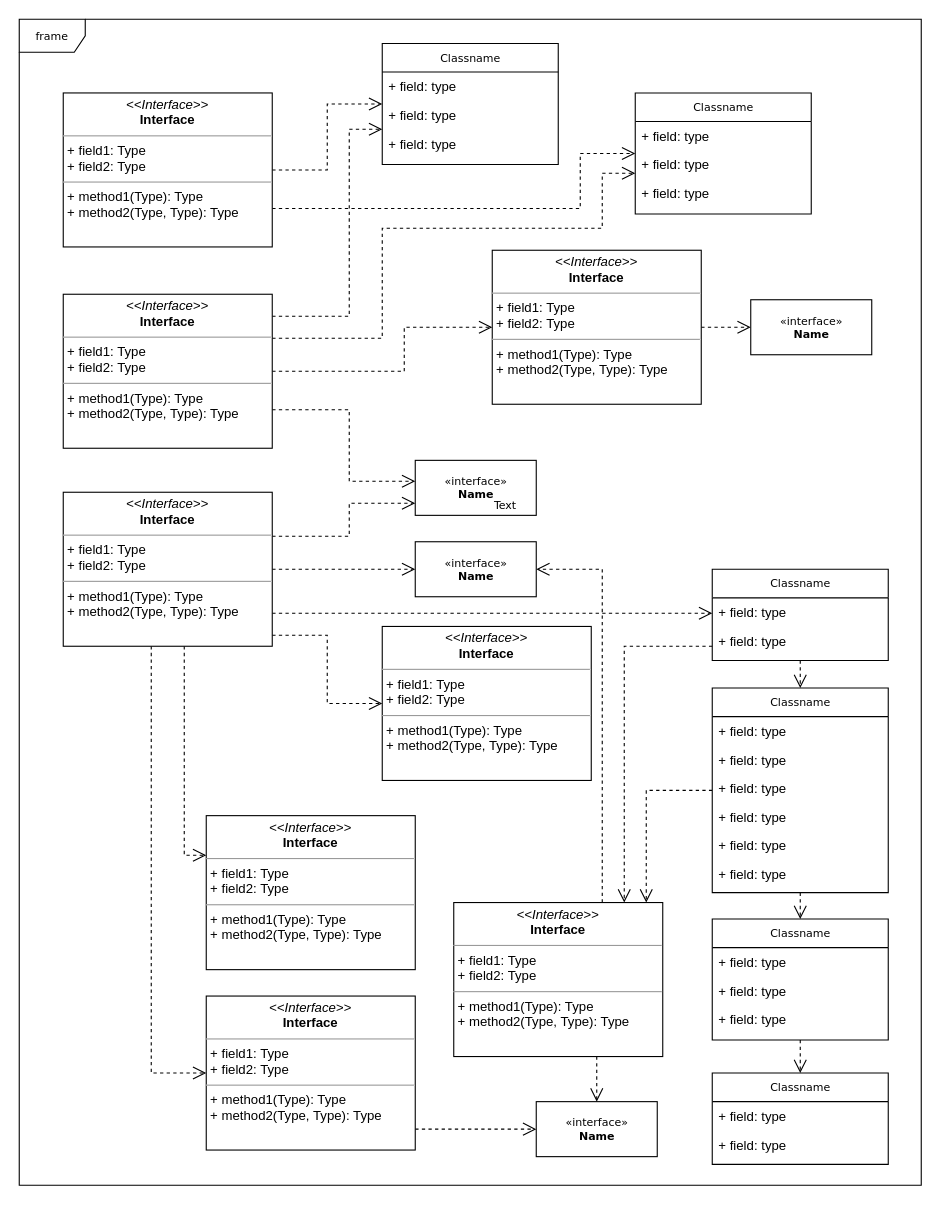
Above: page "Page-1" (1 of 2) of Diagrama sin título.drawio in FabiolaJS7/diagrams (draw.io), before the change. Source tidied: cells renumbered, new cells numbered last; positions are measured from the earlier drawing's top-left corner, leaving out a move shared by most shapes. Both pictures are drawn from the tidied source at 110%, with x=0, y=0 at pixel (19, 19).
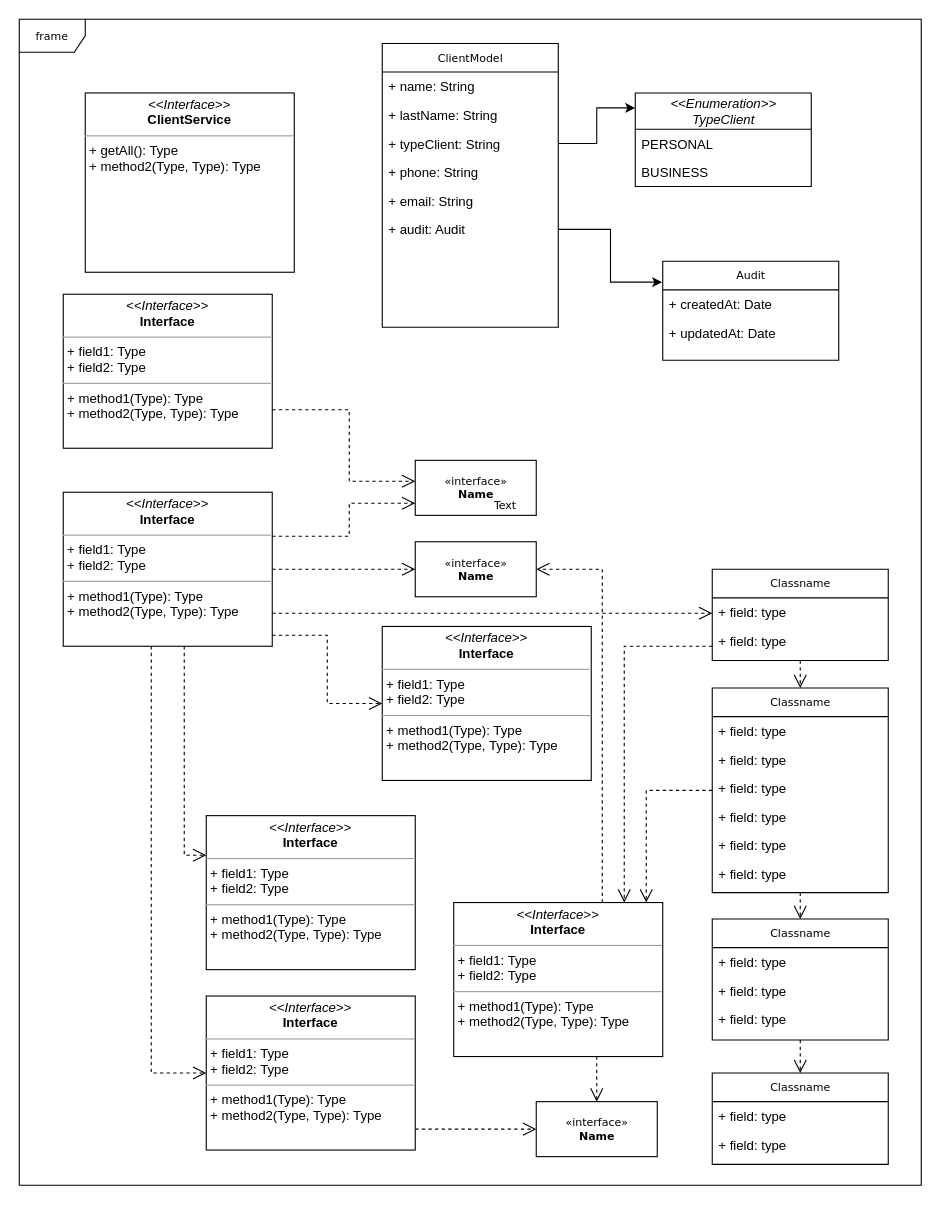
The same page after the edit.

The change refers to these unchanged cells:
```xml
<mxCell id="53" value="&lt;p style=&quot;margin:0px;margin-top:4px;text-align:center;&quot;&gt;&lt;i&gt;&amp;lt;&amp;lt;Interface&amp;gt;&amp;gt;&lt;/i&gt;&lt;br/&gt;&lt;b&gt;Interface&lt;/b&gt;&lt;/p&gt;&lt;hr size=&quot;1&quot;/&gt;&lt;p style=&quot;margin:0px;margin-left:4px;&quot;&gt;+ field1: Type&lt;br/&gt;+ field2: Type&lt;/p&gt;&lt;hr size=&quot;1&quot;/&gt;&lt;p style=&quot;margin:0px;margin-left:4px;&quot;&gt;+ method1(Type): Type&lt;br/&gt;+ method2(Type, Type): Type&lt;/p&gt;" style="verticalAlign=top;align=left;overflow=fill;fontSize=12;fontFamily=Helvetica;html=1;rounded=0;shadow=0;comic=0;labelBackgroundColor=none;strokeWidth=1;" parent="1" vertex="1">
  <mxGeometry x="40" y="250" width="190" height="140" as="geometry" />
</mxCell>
```

What changed in the source:
```diff
@@
-    <mxCell id="12" value="Classname" style="swimlane;html=1;fontStyle=0;horizontal=1;startSize=26;fillColor=none;swimlaneFillColor=#ffffff;rounded=0;shadow=0;comic=0;labelBackgroundColor=none;strokeWidth=1;fontFamily=Verdana;fontSize=10;align=center;" parent="1" vertex="1">
-      <mxGeometry x="330" y="22" width="160" height="110" as="geometry" />
+    <mxCell id="12" value="ClientModel" style="swimlane;html=1;fontStyle=0;horizontal=1;startSize=26;fillColor=none;swimlaneFillColor=#ffffff;rounded=0;shadow=0;comic=0;labelBackgroundColor=none;strokeWidth=1;fontFamily=Verdana;fontSize=10;align=center;" parent="1" vertex="1">
+      <mxGeometry x="330" y="22" width="160" height="258" as="geometry" />
     </mxCell>
-    <mxCell id="13" value="+ field: type" style="text;html=1;strokeColor=none;fillColor=none;align=left;verticalAlign=top;spacingLeft=4;spacingRight=4;whiteSpace=wrap;overflow=hidden;" parent="12" vertex="1">
+    <mxCell id="13" value="+ name: String" style="text;html=1;strokeColor=none;fillColor=none;align=left;verticalAlign=top;spacingLeft=4;spacingRight=4;whiteSpace=wrap;overflow=hidden;" parent="12" vertex="1">
       <mxGeometry y="26" width="160" height="26" as="geometry" />
     </mxCell>
-    <mxCell id="14" value="+ field: type" style="text;html=1;strokeColor=none;fillColor=none;align=left;verticalAlign=top;spacingLeft=4;spacingRight=4;whiteSpace=wrap;overflow=hidden;" parent="12" vertex="1">
+    <mxCell id="14" value="+ lastName: String" style="text;html=1;strokeColor=none;fillColor=none;align=left;verticalAlign=top;spacingLeft=4;spacingRight=4;whiteSpace=wrap;overflow=hidden;" parent="12" vertex="1">
       <mxGeometry y="52" width="160" height="26" as="geometry" />
     </mxCell>
-    <mxCell id="15" value="+ field: type" style="text;html=1;strokeColor=none;fillColor=none;align=left;verticalAlign=top;spacingLeft=4;spacingRight=4;whiteSpace=wrap;overflow=hidden;points=[[0,0.5],[1,0.5]];portConstraint=eastwest;" parent="12" vertex="1">
+    <mxCell id="15" value="+ typeClient: String" style="text;html=1;strokeColor=none;fillColor=none;align=left;verticalAlign=top;spacingLeft=4;spacingRight=4;whiteSpace=wrap;overflow=hidden;points=[[0,0.5],[1,0.5]];portConstraint=eastwest;" parent="12" vertex="1">
       <mxGeometry y="78" width="160" height="26" as="geometry" />
     </mxCell>
+    <mxCell id="62" value="+ phone: String" style="text;html=1;strokeColor=none;fillColor=none;align=left;verticalAlign=top;spacingLeft=4;spacingRight=4;whiteSpace=wrap;overflow=hidden;" parent="12" vertex="1">
+      <mxGeometry y="104" width="160" height="26" as="geometry" />
+    </mxCell>
+    <mxCell id="63" value="+ email: String" style="text;html=1;strokeColor=none;fillColor=none;align=left;verticalAlign=top;spacingLeft=4;spacingRight=4;whiteSpace=wrap;overflow=hidden;points=[[0,0.5],[1,0.5]];portConstraint=eastwest;" parent="12" vertex="1">
+      <mxGeometry y="130" width="160" height="26" as="geometry" />
+    </mxCell>
+    <mxCell id="64" value="+ audit: Audit" style="text;html=1;strokeColor=none;fillColor=none;align=left;verticalAlign=top;spacingLeft=4;spacingRight=4;whiteSpace=wrap;overflow=hidden;points=[[0,0.5],[1,0.5]];portConstraint=eastwest;" parent="12" vertex="1">
+      <mxGeometry y="156" width="160" height="26" as="geometry" />
+    </mxCell>
+    <mxCell id="65" style="edgeStyle=orthogonalEdgeStyle;rounded=0;orthogonalLoop=1;jettySize=auto;html=1;exitX=1;exitY=0.5;exitDx=0;exitDy=0;" parent="12" edge="1" source="63" target="63">
+      <mxGeometry relative="1" as="geometry" />
+    </mxCell>
-    <mxCell id="16" value="Classname" style="swimlane;html=1;fontStyle=0;horizontal=1;startSize=26;fillColor=none;swimlaneFillColor=#ffffff;rounded=0;shadow=0;comic=0;labelBackgroundColor=none;strokeWidth=1;fontFamily=Verdana;fontSize=10;align=center;" parent="1" vertex="1">
-      <mxGeometry x="560" y="67" width="160" height="110" as="geometry" />
+    <mxCell id="16" value="&lt;i style=&quot;font-family: Helvetica; font-size: 12px;&quot;&gt;&amp;lt;&amp;lt;Enumeration&amp;gt;&amp;gt;&lt;/i&gt;&lt;br style=&quot;font-family: Helvetica; font-size: 12px;&quot;&gt;&lt;div&gt;&lt;font face=&quot;Helvetica&quot;&gt;&lt;span style=&quot;font-size: 12px;&quot;&gt;&lt;i&gt;TypeClient&lt;/i&gt;&lt;/span&gt;&lt;/font&gt;&lt;/div&gt;" style="swimlane;html=1;fontStyle=0;horizontal=1;startSize=33;fillColor=none;swimlaneFillColor=#ffffff;rounded=0;shadow=0;comic=0;labelBackgroundColor=none;strokeWidth=1;fontFamily=Verdana;fontSize=10;align=center;" parent="1" vertex="1">
+      <mxGeometry x="560" y="67" width="160" height="85" as="geometry" />
     </mxCell>
-    <mxCell id="17" value="+ field: type" style="text;html=1;strokeColor=none;fillColor=none;align=left;verticalAlign=top;spacingLeft=4;spacingRight=4;whiteSpace=wrap;overflow=hidden;" parent="16" vertex="1">
-      <mxGeometry y="26" width="160" height="26" as="geometry" />
+    <mxCell id="17" value="PERSONAL" style="text;html=1;strokeColor=none;fillColor=none;align=left;verticalAlign=top;spacingLeft=4;spacingRight=4;whiteSpace=wrap;overflow=hidden;" parent="16" vertex="1">
+      <mxGeometry y="33" width="160" height="26" as="geometry" />
     </mxCell>
-    <mxCell id="18" value="+ field: type" style="text;html=1;strokeColor=none;fillColor=none;align=left;verticalAlign=top;spacingLeft=4;spacingRight=4;whiteSpace=wrap;overflow=hidden;" parent="16" vertex="1">
-      <mxGeometry y="52" width="160" height="26" as="geometry" />
-    </mxCell>
-    <mxCell id="19" value="+ field: type" style="text;html=1;strokeColor=none;fillColor=none;align=left;verticalAlign=top;spacingLeft=4;spacingRight=4;whiteSpace=wrap;overflow=hidden;" parent="16" vertex="1">
-      <mxGeometry y="78" width="160" height="26" as="geometry" />
+    <mxCell id="19" value="BUSINESS" style="text;html=1;strokeColor=none;fillColor=none;align=left;verticalAlign=top;spacingLeft=4;spacingRight=4;whiteSpace=wrap;overflow=hidden;" parent="16" vertex="1">
+      <mxGeometry y="59" width="160" height="26" as="geometry" />
     </mxCell>
@@
-    <mxCell id="42" style="edgeStyle=orthogonalEdgeStyle;rounded=0;html=1;dashed=1;labelBackgroundColor=none;startFill=0;endArrow=open;endFill=0;endSize=10;fontFamily=Verdana;fontSize=10;" parent="1" edge="1" source="43" target="45">
-      <mxGeometry relative="1" as="geometry" />
-    </mxCell>
-    <mxCell id="43" value="&lt;p style=&quot;margin:0px;margin-top:4px;text-align:center;&quot;&gt;&lt;i&gt;&amp;lt;&amp;lt;Interface&amp;gt;&amp;gt;&lt;/i&gt;&lt;br/&gt;&lt;b&gt;Interface&lt;/b&gt;&lt;/p&gt;&lt;hr size=&quot;1&quot;/&gt;&lt;p style=&quot;margin:0px;margin-left:4px;&quot;&gt;+ field1: Type&lt;br/&gt;+ field2: Type&lt;/p&gt;&lt;hr size=&quot;1&quot;/&gt;&lt;p style=&quot;margin:0px;margin-left:4px;&quot;&gt;+ method1(Type): Type&lt;br/&gt;+ method2(Type, Type): Type&lt;/p&gt;" style="verticalAlign=top;align=left;overflow=fill;fontSize=12;fontFamily=Helvetica;html=1;rounded=0;shadow=0;comic=0;labelBackgroundColor=none;strokeWidth=1;" parent="1" vertex="1">
-      <mxGeometry x="430" y="210" width="190" height="140" as="geometry" />
-    </mxCell>
@@
-    <mxCell id="45" value="&amp;laquo;interface&amp;raquo;&lt;br&gt;&lt;b&gt;Name&lt;/b&gt;" style="html=1;rounded=0;shadow=0;comic=0;labelBackgroundColor=none;strokeWidth=1;fontFamily=Verdana;fontSize=10;align=center;" parent="1" vertex="1">
-      <mxGeometry x="665" y="255" width="110" height="50" as="geometry" />
-    </mxCell>
-    <mxCell id="46" style="edgeStyle=orthogonalEdgeStyle;rounded=0;html=1;labelBackgroundColor=none;startFill=0;endArrow=open;endFill=0;endSize=10;fontFamily=Verdana;fontSize=10;dashed=1;" parent="1" edge="1" source="48" target="12">
-      <mxGeometry relative="1" as="geometry" />
-    </mxCell>
-    <mxCell id="47" style="edgeStyle=orthogonalEdgeStyle;rounded=0;html=1;exitX=1;exitY=0.75;dashed=1;labelBackgroundColor=none;startFill=0;endArrow=open;endFill=0;endSize=10;fontFamily=Verdana;fontSize=10;" parent="1" edge="1" source="48" target="16">
-      <mxGeometry relative="1" as="geometry">
-        <Array as="points">
-          <mxPoint x="510" y="172" />
-          <mxPoint x="510" y="122" />
-        </Array>
-      </mxGeometry>
-    </mxCell>
-    <mxCell id="48" value="&lt;p style=&quot;margin:0px;margin-top:4px;text-align:center;&quot;&gt;&lt;i&gt;&amp;lt;&amp;lt;Interface&amp;gt;&amp;gt;&lt;/i&gt;&lt;br/&gt;&lt;b&gt;Interface&lt;/b&gt;&lt;/p&gt;&lt;hr size=&quot;1&quot;/&gt;&lt;p style=&quot;margin:0px;margin-left:4px;&quot;&gt;+ field1: Type&lt;br/&gt;+ field2: Type&lt;/p&gt;&lt;hr size=&quot;1&quot;/&gt;&lt;p style=&quot;margin:0px;margin-left:4px;&quot;&gt;+ method1(Type): Type&lt;br/&gt;+ method2(Type, Type): Type&lt;/p&gt;" style="verticalAlign=top;align=left;overflow=fill;fontSize=12;fontFamily=Helvetica;html=1;rounded=0;shadow=0;comic=0;labelBackgroundColor=none;strokeWidth=1;" parent="1" vertex="1">
-      <mxGeometry x="40" y="67" width="190" height="140" as="geometry" />
+    <mxCell id="48" value="&lt;p style=&quot;margin:0px;margin-top:4px;text-align:center;&quot;&gt;&lt;i&gt;&amp;lt;&amp;lt;Interface&amp;gt;&amp;gt;&lt;/i&gt;&lt;br&gt;&lt;b&gt;ClientService&lt;/b&gt;&lt;/p&gt;&lt;hr size=&quot;1&quot;&gt;&lt;p style=&quot;margin:0px;margin-left:4px;&quot;&gt;+ getAll(): Type&lt;br&gt;+ method2(Type, Type): Type&lt;/p&gt;" style="verticalAlign=top;align=left;overflow=fill;fontSize=12;fontFamily=Helvetica;html=1;rounded=0;shadow=0;comic=0;labelBackgroundColor=none;strokeWidth=1;" parent="1" vertex="1">
+      <mxGeometry x="60" y="67" width="190" height="163" as="geometry" />
     </mxCell>
-    <mxCell id="49" style="edgeStyle=orthogonalEdgeStyle;rounded=0;html=1;dashed=1;labelBackgroundColor=none;startFill=0;endArrow=open;endFill=0;endSize=10;fontFamily=Verdana;fontSize=10;" parent="1" edge="1" source="53" target="12">
-      <mxGeometry relative="1" as="geometry">
-        <Array as="points">
-          <mxPoint x="300" y="270" />
-          <mxPoint x="300" y="100" />
-        </Array>
-      </mxGeometry>
-    </mxCell>
-    <mxCell id="50" style="edgeStyle=orthogonalEdgeStyle;rounded=0;html=1;dashed=1;labelBackgroundColor=none;startFill=0;endArrow=open;endFill=0;endSize=10;fontFamily=Verdana;fontSize=10;" parent="1" edge="1" source="53" target="16">
-      <mxGeometry relative="1" as="geometry">
-        <Array as="points">
-          <mxPoint x="330" y="290" />
-          <mxPoint x="330" y="190" />
-          <mxPoint x="530" y="190" />
-          <mxPoint x="530" y="140" />
-        </Array>
-      </mxGeometry>
-    </mxCell>
-    <mxCell id="51" style="edgeStyle=orthogonalEdgeStyle;rounded=0;html=1;dashed=1;labelBackgroundColor=none;startFill=0;endArrow=open;endFill=0;endSize=10;fontFamily=Verdana;fontSize=10;" parent="1" edge="1" source="53" target="43">
-      <mxGeometry relative="1" as="geometry">
-        <Array as="points">
-          <mxPoint x="350" y="320" />
-          <mxPoint x="350" y="280" />
-        </Array>
-      </mxGeometry>
-    </mxCell>
@@
+    <mxCell id="66" style="edgeStyle=orthogonalEdgeStyle;rounded=0;jettySize=auto;html=1;entryX=-0.001;entryY=0.16;entryDx=0;entryDy=0;entryPerimeter=0;" parent="1" edge="1" source="15" target="16">
+      <mxGeometry relative="1" as="geometry" />
+    </mxCell>
+    <mxCell id="67" value="Audit" style="swimlane;html=1;fontStyle=0;horizontal=1;startSize=26;fillColor=none;swimlaneFillColor=#ffffff;rounded=0;shadow=0;comic=0;labelBackgroundColor=none;strokeWidth=1;fontFamily=Verdana;fontSize=10;align=center;" parent="1" vertex="1">
+      <mxGeometry x="585" y="220" width="160" height="90" as="geometry" />
+    </mxCell>
+    <mxCell id="68" value="+ createdAt: Date" style="text;html=1;strokeColor=none;fillColor=none;align=left;verticalAlign=top;spacingLeft=4;spacingRight=4;whiteSpace=wrap;overflow=hidden;" parent="67" vertex="1">
+      <mxGeometry y="26" width="160" height="26" as="geometry" />
+    </mxCell>
+    <mxCell id="69" value="+ updatedAt: Date" style="text;html=1;strokeColor=none;fillColor=none;align=left;verticalAlign=top;spacingLeft=4;spacingRight=4;whiteSpace=wrap;overflow=hidden;" parent="67" vertex="1">
+      <mxGeometry y="52" width="160" height="26" as="geometry" />
+    </mxCell>
+    <mxCell id="70" style="edgeStyle=orthogonalEdgeStyle;rounded=0;jettySize=auto;html=1;entryX=-0.004;entryY=0.211;entryDx=0;entryDy=0;entryPerimeter=0;" parent="1" edge="1" source="64" target="67">
+      <mxGeometry relative="1" as="geometry" />
+    </mxCell>
```
